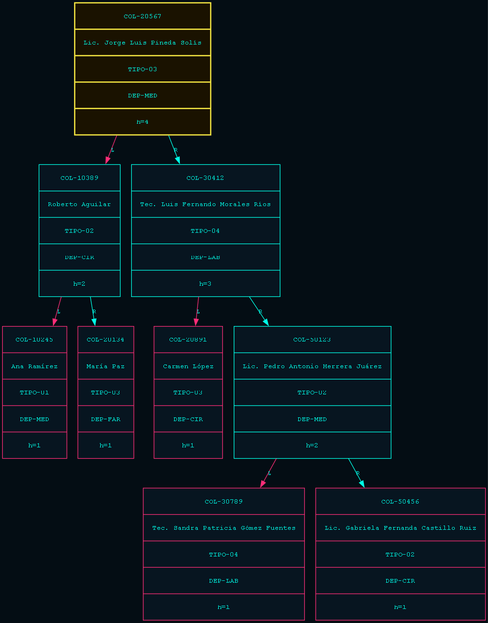
Above: reportes/avl.png in RONY36606/EDD_1S2026_PY_-202307793_FASE1-2-3 (Graphviz), before the change. Its source is kept beside it as reportes/avl.dot.
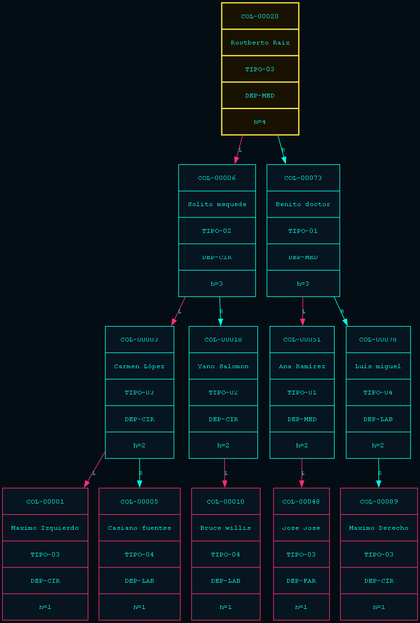
Above is the later version.

Diff of the diagram source:
```diff
@@ -5,21 +5,27 @@
           style=filled, fillcolor="#071520", fontcolor="#00ffe7",
           color="#00ffe7", margin="0.2"];
     edge [color="#00ffe7", fontcolor="#00ffe7", fontname="Courier", fontsize=9];
-    "COL-20567" [label="{COL-20567 | Lic. Jorge Luis Pineda Solís | TIPO-03 | DEP-MED | h=4}", style=filled, fillcolor="#1a1200", color="#f5e642", penwidth=2];
-    "COL-10389" [label="{COL-10389 | Roberto Aguilar | TIPO-02 | DEP-CIR | h=2}", style=filled, fillcolor="#071520", color="#00ffe7"];
-    "COL-20567" -> "COL-10389" [label="L", color="#ff2d78"];
-    "COL-10245" [label="{COL-10245 | Ana Ramírez | TIPO-01 | DEP-MED | h=1}", style=filled, fillcolor="#071520", color="#ff2d78"];
-    "COL-10389" -> "COL-10245" [label="L", color="#ff2d78"];
-    "COL-20134" [label="{COL-20134 | María Paz | TIPO-03 | DEP-FAR | h=1}", style=filled, fillcolor="#071520", color="#ff2d78"];
-    "COL-10389" -> "COL-20134" [label="R", color="#00ffe7"];
-    "COL-30412" [label="{COL-30412 | Tec. Luis Fernando Morales Ríos | TIPO-04 | DEP-LAB | h=3}", style=filled, fillcolor="#071520", color="#00ffe7"];
-    "COL-20567" -> "COL-30412" [label="R", color="#00ffe7"];
-    "COL-20891" [label="{COL-20891 | Carmen López | TIPO-03 | DEP-CIR | h=1}", style=filled, fillcolor="#071520", color="#ff2d78"];
-    "COL-30412" -> "COL-20891" [label="L", color="#ff2d78"];
-    "COL-50123" [label="{COL-50123 | Lic. Pedro Antonio Herrera Juárez | TIPO-02 | DEP-MED | h=2}", style=filled, fillcolor="#071520", color="#00ffe7"];
-    "COL-30412" -> "COL-50123" [label="R", color="#00ffe7"];
-    "COL-30789" [label="{COL-30789 | Tec. Sandra Patricia Gómez Fuentes | TIPO-04 | DEP-LAB | h=1}", style=filled, fillcolor="#071520", color="#ff2d78"];
-    "COL-50123" -> "COL-30789" [label="L", color="#ff2d78"];
-    "COL-50456" [label="{COL-50456 | Lic. Gabriela Fernanda Castillo Ruiz | TIPO-02 | DEP-CIR | h=1}", style=filled, fillcolor="#071520", color="#ff2d78"];
-    "COL-50123" -> "COL-50456" [label="R", color="#00ffe7"];
+    "COL-00020" [label="{COL-00020 | Rootberto Raiz | TIPO-03 | DEP-MED | h=4}", style=filled, fillcolor="#1a1200", color="#f5e642", penwidth=2];
+    "COL-00006" [label="{COL-00006 | Solito mequede | TIPO-02 | DEP-CIR | h=3}", style=filled, fillcolor="#071520", color="#00ffe7"];
+    "COL-00020" -> "COL-00006" [label="L", color="#ff2d78"];
+    "COL-00003" [label="{COL-00003 | Carmen López | TIPO-03 | DEP-CIR | h=2}", style=filled, fillcolor="#071520", color="#00ffe7"];
+    "COL-00006" -> "COL-00003" [label="L", color="#ff2d78"];
+    "COL-00001" [label="{COL-00001 | Maximo Izquierdo | TIPO-03 | DEP-CIR | h=1}", style=filled, fillcolor="#071520", color="#ff2d78"];
+    "COL-00003" -> "COL-00001" [label="L", color="#ff2d78"];
+    "COL-00005" [label="{COL-00005 | Casiano fuentes | TIPO-04 | DEP-LAB | h=1}", style=filled, fillcolor="#071520", color="#ff2d78"];
+    "COL-00003" -> "COL-00005" [label="R", color="#00ffe7"];
+    "COL-00018" [label="{COL-00018 | Yano Salomon | TIPO-02 | DEP-CIR | h=2}", style=filled, fillcolor="#071520", color="#00ffe7"];
+    "COL-00006" -> "COL-00018" [label="R", color="#00ffe7"];
+    "COL-00010" [label="{COL-00010 | Bruce willis | TIPO-04 | DEP-LAB | h=1}", style=filled, fillcolor="#071520", color="#ff2d78"];
+    "COL-00018" -> "COL-00010" [label="L", color="#ff2d78"];
+    "COL-00073" [label="{COL-00073 | Benito doctor | TIPO-01 | DEP-MED | h=3}", style=filled, fillcolor="#071520", color="#00ffe7"];
+    "COL-00020" -> "COL-00073" [label="R", color="#00ffe7"];
+    "COL-00051" [label="{COL-00051 | Ana Ramírez | TIPO-01 | DEP-MED | h=2}", style=filled, fillcolor="#071520", color="#00ffe7"];
+    "COL-00073" -> "COL-00051" [label="L", color="#ff2d78"];
+    "COL-00048" [label="{COL-00048 | Jose Jose | TIPO-03 | DEP-FAR | h=1}", style=filled, fillcolor="#071520", color="#ff2d78"];
+    "COL-00051" -> "COL-00048" [label="L", color="#ff2d78"];
+    "COL-00078" [label="{COL-00078 | Luis miguel | TIPO-04 | DEP-LAB | h=2}", style=filled, fillcolor="#071520", color="#00ffe7"];
+    "COL-00073" -> "COL-00078" [label="R", color="#00ffe7"];
+    "COL-00089" [label="{COL-00089 | Maximo Derecho | TIPO-03 | DEP-CIR | h=1}", style=filled, fillcolor="#071520", color="#ff2d78"];
+    "COL-00078" -> "COL-00089" [label="R", color="#00ffe7"];
 }
```
